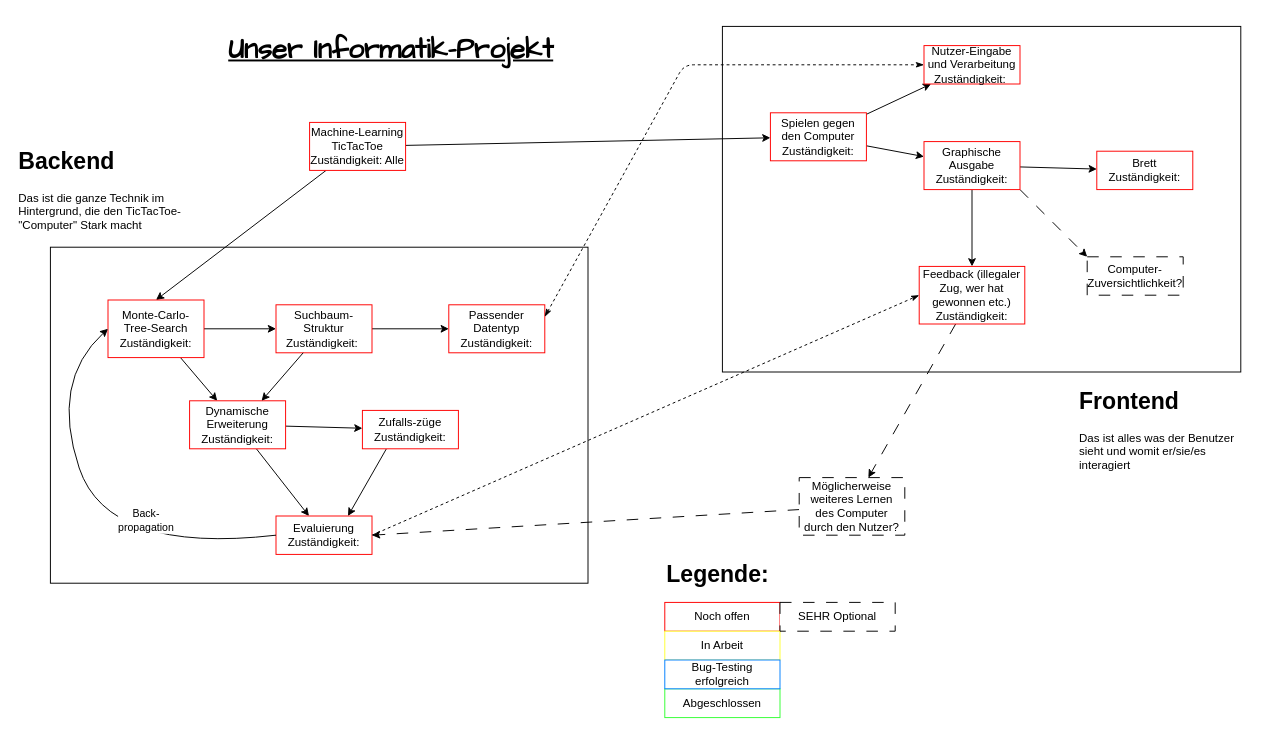
This is Organigramm.drawio from FranzImsch/mcts-tic-tac-toe, a draw.io file, before an edit. Source tidied: cells renumbered, new cells numbered last; positions are measured from the earlier drawing's top-left corner, leaving out a move shared by most shapes. Both pictures are drawn from the tidied source at 96%, with x=0, y=0 at pixel (16, 16).
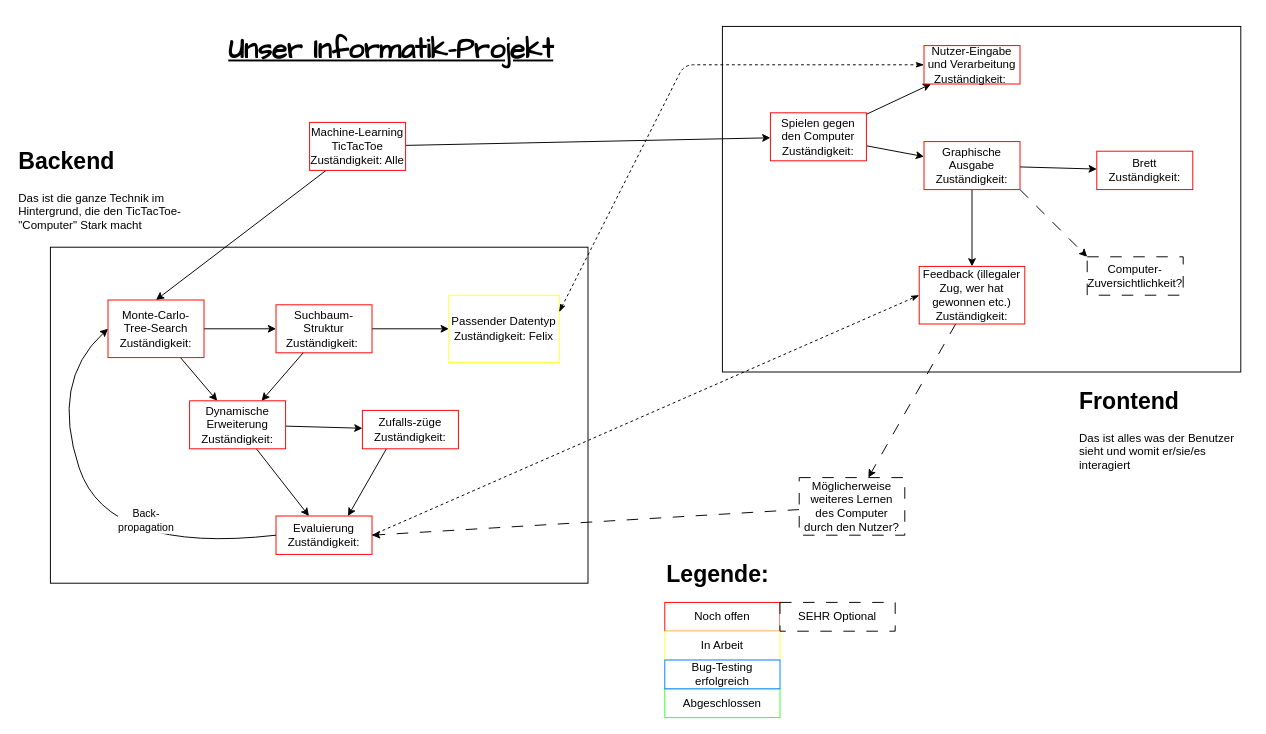
Above is the later version.

Commit message:
Zuständigkeit eingetragen

Diff of the diagram source:
```diff
@@
-    <mxCell id="14" value="Passender Datentyp&lt;div&gt;Zuständigkeit:&lt;/div&gt;" style="whiteSpace=wrap;html=1;align=center;strokeColor=#FF0000;" parent="1" vertex="1">
-      <mxGeometry x="450" y="300" width="100" height="50" as="geometry" />
+    <mxCell id="14" value="Passender Datentyp&lt;div&gt;Zuständigkeit: Felix&lt;/div&gt;" style="whiteSpace=wrap;html=1;align=center;strokeColor=#FFFF33;" parent="1" vertex="1">
+      <mxGeometry x="450" y="290" width="115" height="70" as="geometry" />
     </mxCell>
```
